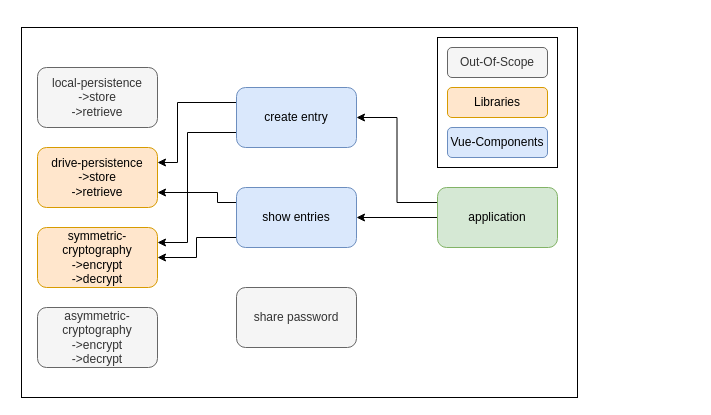
Before: page "prototyp_architecture" (2 of 2) of doc/pictures/Dash_Implementierung.drawio in robhta/DASHPasswordManager, a draw.io diagram. Source tidied: cells renumbered, new cells numbered last; positions are measured from the earlier drawing's top-left corner, leaving out a move shared by most shapes. Both pictures are drawn from the tidied source at 100%, with x=0, y=0 at pixel (21, 27).
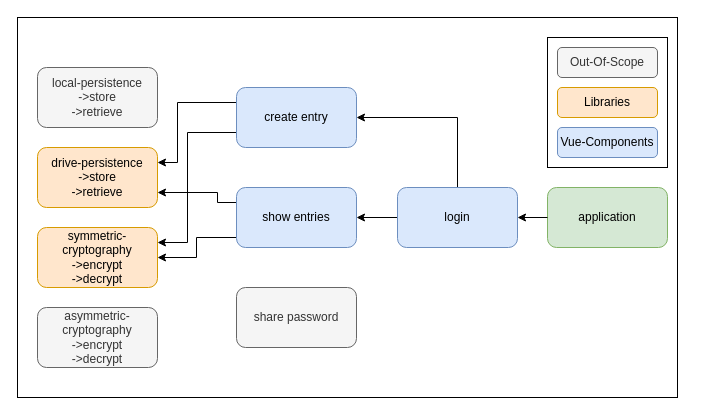
The same page after the edit.

Commit message (it also covers changes not shown here):
add login to architecture

Unchanged cells that the change refers to:
```xml
<mxCell id="10" value="create entry" style="rounded=1;whiteSpace=wrap;html=1;fillColor=#dae8fc;strokeColor=#6c8ebf;" parent="1" vertex="1">
  <mxGeometry x="215" y="60" width="120" height="60" as="geometry" />
</mxCell>
<mxCell id="13" value="show entries" style="rounded=1;whiteSpace=wrap;html=1;fillColor=#dae8fc;strokeColor=#6c8ebf;" parent="1" vertex="1">
  <mxGeometry x="215" y="160" width="120" height="60" as="geometry" />
</mxCell>
```

What changed in the source:
```diff
@@
-    <mxCell id="2" style="rounded=0;whiteSpace=wrap;html=1;" parent="1" vertex="1">
-      <mxGeometry width="556" height="370" as="geometry" />
-    </mxCell>
+    <mxCell id="22" style="rounded=0;whiteSpace=wrap;html=1;" parent="1" vertex="1">
+      <mxGeometry x="-4" y="-10" width="660" height="380" as="geometry" />
+    </mxCell>
@@
-    <mxCell id="5" style="rounded=0;jettySize=auto;html=1;exitX=0;exitY=0.25;exitDx=0;exitDy=0;entryX=1;entryY=0.5;entryDx=0;entryDy=0;edgeStyle=orthogonalEdgeStyle;" parent="1" edge="1" source="7" target="10">
-      <mxGeometry relative="1" as="geometry" />
-    </mxCell>
-    <mxCell id="6" style="edgeStyle=orthogonalEdgeStyle;rounded=0;jettySize=auto;html=1;exitX=0;exitY=0.75;exitDx=0;exitDy=0;entryX=1;entryY=0.5;entryDx=0;entryDy=0;" parent="1" edge="1" source="7" target="13">
-      <mxGeometry relative="1" as="geometry">
-        <Array as="points">
-          <mxPoint x="416" y="190" />
-        </Array>
-      </mxGeometry>
-    </mxCell>
-    <mxCell id="7" value="application" style="rounded=1;whiteSpace=wrap;html=1;fillColor=#d5e8d4;strokeColor=#82b366;" parent="1" vertex="1">
-      <mxGeometry x="416" y="160" width="120" height="60" as="geometry" />
-    </mxCell>
@@
+    <mxCell id="23" style="edgeStyle=orthogonalEdgeStyle;rounded=0;jettySize=auto;html=1;exitX=0.5;exitY=0;exitDx=0;exitDy=0;entryX=1;entryY=0.5;entryDx=0;entryDy=0;" parent="1" edge="1" source="25" target="10">
+      <mxGeometry relative="1" as="geometry" />
+    </mxCell>
+    <mxCell id="24" style="edgeStyle=orthogonalEdgeStyle;rounded=0;jettySize=auto;html=1;exitX=0;exitY=0.5;exitDx=0;exitDy=0;entryX=1;entryY=0.5;entryDx=0;entryDy=0;" parent="1" edge="1" source="25" target="13">
+      <mxGeometry relative="1" as="geometry" />
+    </mxCell>
+    <mxCell id="25" value="login" style="rounded=1;whiteSpace=wrap;html=1;fillColor=#dae8fc;strokeColor=#6c8ebf;" parent="1" vertex="1">
+      <mxGeometry x="376" y="160" width="120" height="60" as="geometry" />
+    </mxCell>
+    <mxCell id="26" style="group;" parent="1" vertex="1">
+      <mxGeometry x="526" y="10" width="146" height="360" as="geometry" />
+    </mxCell>
+    <mxCell id="27" style="group;" parent="26" vertex="1">
+      <mxGeometry width="146" height="360" as="geometry" />
+    </mxCell>
+    <mxCell id="7" value="application" style="rounded=1;whiteSpace=wrap;html=1;fillColor=#d5e8d4;strokeColor=#82b366;" parent="27" vertex="1">
+      <mxGeometry y="150" width="120" height="60" as="geometry" />
+    </mxCell>
-    <mxCell id="17" style="group;" parent="1" vertex="1">
-      <mxGeometry x="416" y="10" width="120" height="130" as="geometry" />
+    <mxCell id="17" style="group;" parent="27" vertex="1">
+      <mxGeometry width="146" height="360" as="geometry" />
     </mxCell>
@@
+    <mxCell id="28" style="edgeStyle=orthogonalEdgeStyle;rounded=0;jettySize=auto;html=1;exitX=0;exitY=0.5;exitDx=0;exitDy=0;entryX=1;entryY=0.5;entryDx=0;entryDy=0;" parent="1" edge="1" source="7" target="25">
+      <mxGeometry relative="1" as="geometry" />
+    </mxCell>
```
